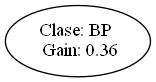
Above: test_output/gain_ratio.png in AlejandroFNadal/ia_decision_trees (Graphviz), before the change. Its source is kept beside it as test_output/gain_ratio.dot.
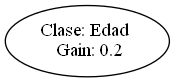
After the change.

What changed in the source:
```diff
@@ -1,4 +1,4 @@
 digraph {
-	0 [label="Clase: BP
- Gain: 0.36"]
+	0 [label="Clase: Edad
+ Gain: 0.2"]
 }
```
